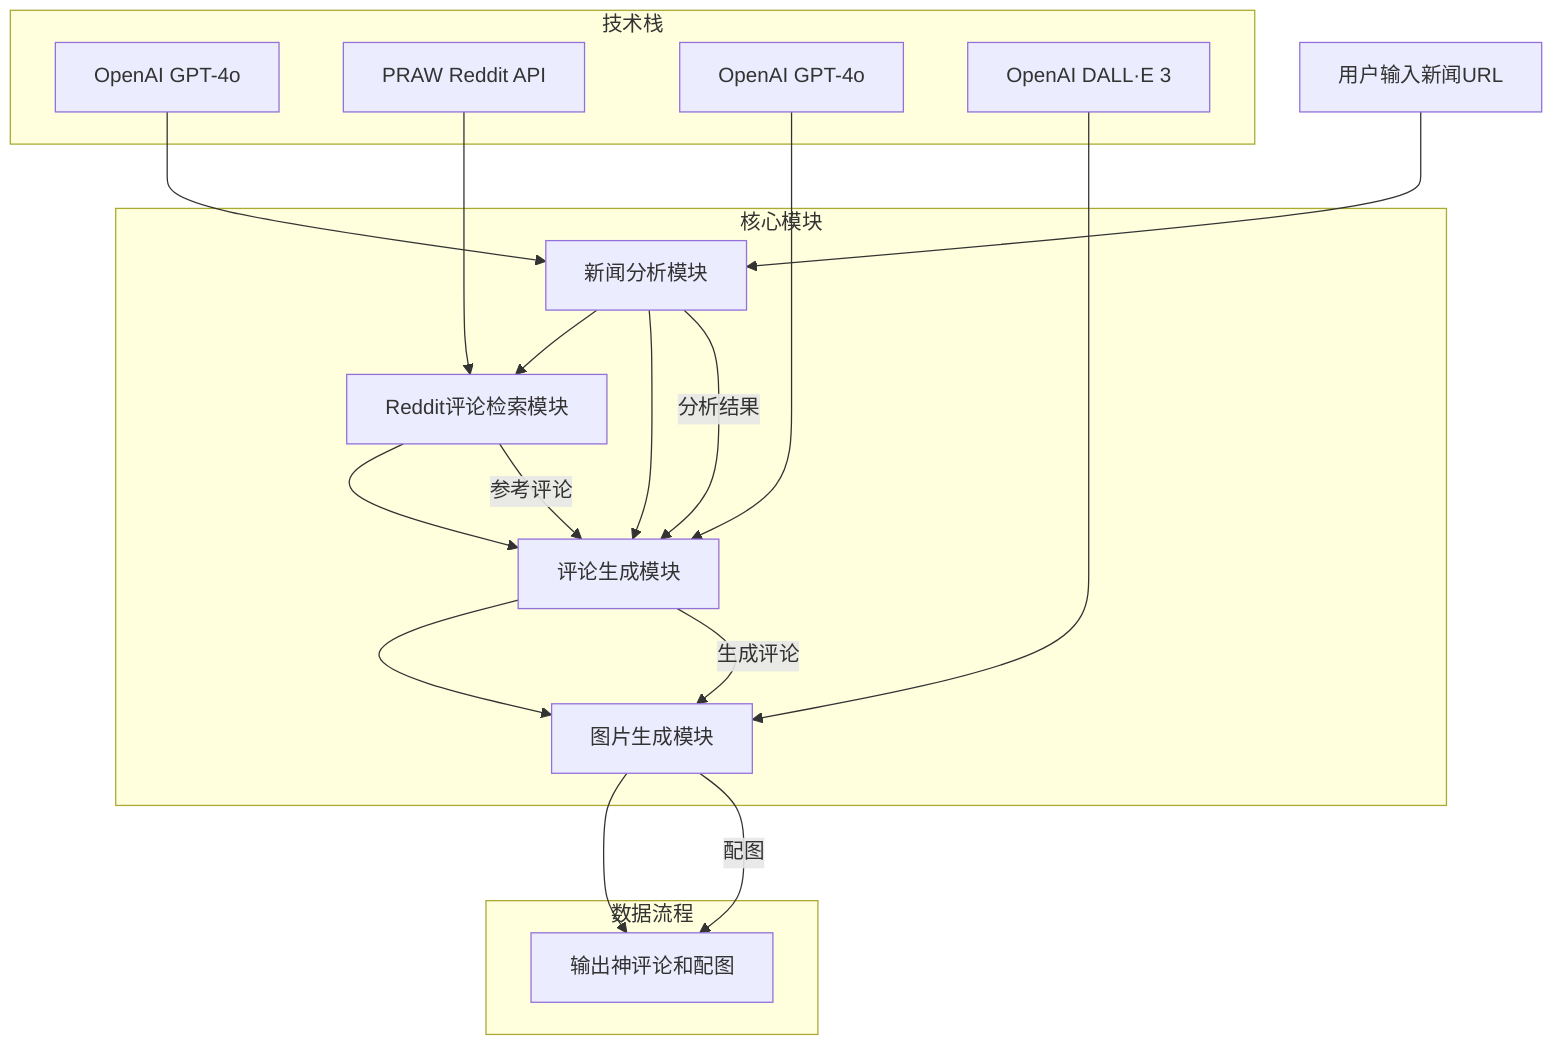
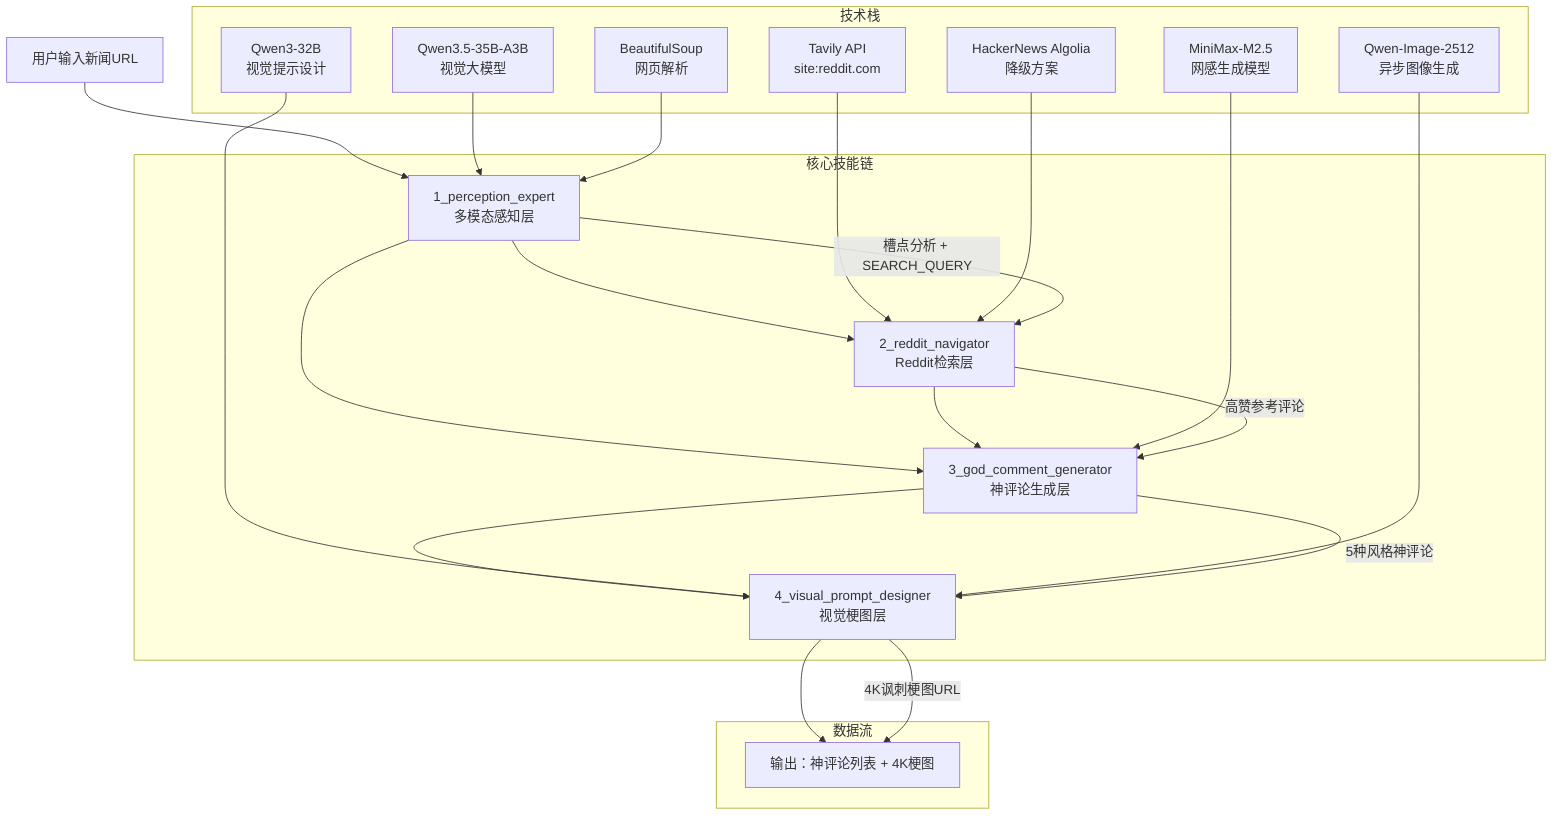
graph TD
-     A[用户输入新闻URL] --> B[新闻分析模块]
-     B --> C[Reddit评论检索模块]
-     B --> D[评论生成模块]
+     A[用户输入新闻URL] --> B[1_perception_expert\n多模态感知层]
+     B --> C[2_reddit_navigator\nReddit检索层]
+     B --> D[3_god_comment_generator\n神评论生成层]
    C --> D
-     D --> E[图片生成模块]
-     E --> F[输出神评论和配图]
+     D --> E[4_visual_prompt_designer\n视觉梗图层]
+     E --> F[输出：神评论列表 + 4K梗图]

-     subgraph 核心模块
-     B[新闻分析模块]
-     C[Reddit评论检索模块]
-     D[评论生成模块]
-     E[图片生成模块]
+     subgraph 核心技能链
+         B
+         C
+         D
+         E
    end

    subgraph 技术栈
-     B1[OpenAI GPT-4o] --> B
-     C1[PRAW Reddit API] --> C
-     D1[OpenAI GPT-4o] --> D
-     E1[OpenAI DALL·E 3] --> E
+         B1[Qwen3.5-35B-A3B\n视觉大模型] --> B
+         B2[BeautifulSoup\n网页解析] --> B
+         C1[Tavily API\nsite:reddit.com] --> C
+         C2[HackerNews Algolia\n降级方案] --> C
+         D1[MiniMax-M2.5\n网感生成模型] --> D
+         E1[Qwen3-32B\n视觉提示设计] --> E
+         E2[Qwen-Image-2512\n异步图像生成] --> E
    end

-     subgraph 数据流程
-     B -- 分析结果 --> D
-     C -- 参考评论 --> D
-     D -- 生成评论 --> E
-     E -- 配图 --> F
+     subgraph 数据流
+         B -- 槽点分析 + SEARCH_QUERY --> C
+         C -- 高赞参考评论 --> D
+         D -- 5种风格神评论 --> E
+         E -- 4K讽刺梗图URL --> F
    end
